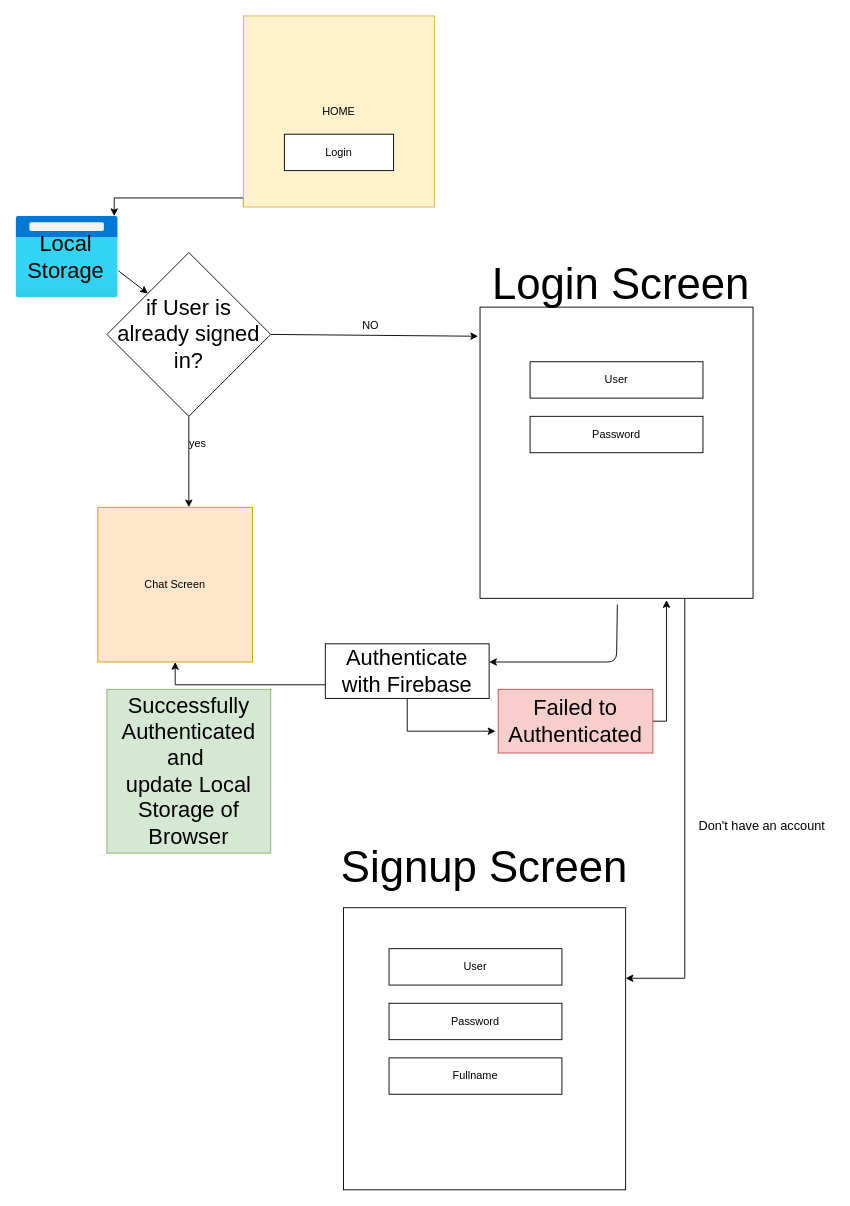
This is page "Flow Diagram" (5 of 5) of Some Important Files/Untitled Diagram.drawio from TechCodingCamp/Muhammad-Haris, a draw.io file, before an edit. Source tidied: cells renumbered, new cells numbered last; positions are measured from the earlier drawing's top-left corner, leaving out a move shared by most shapes. Both pictures are drawn from the tidied source at 91%, with x=0, y=0 at pixel (15, 15).
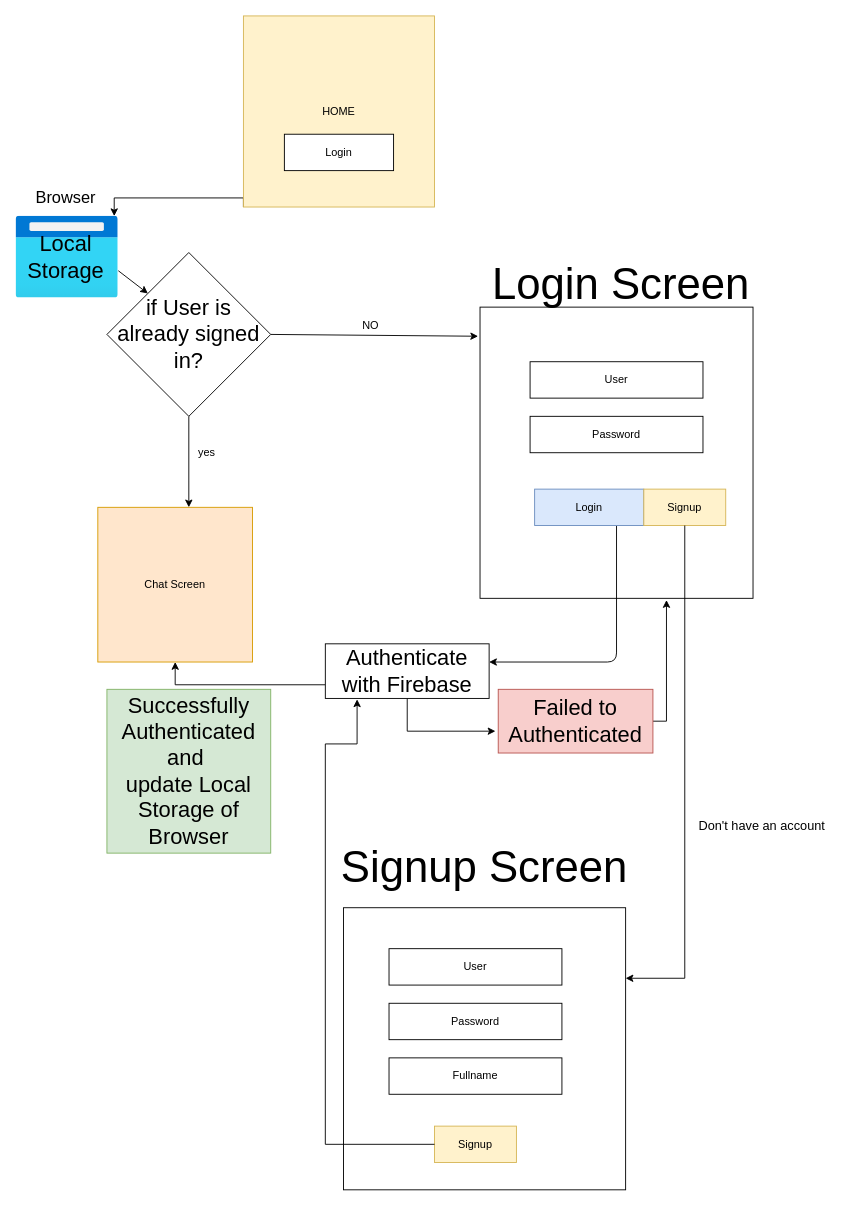
The same page after the edit.

The change refers to these unchanged cells:
```xml
<mxCell id="7" style="rounded=0;whiteSpace=wrap;html=1;" parent="1" vertex="1">
  <mxGeometry x="510" y="320" width="300" height="320" as="geometry" />
</mxCell>
<mxCell id="14" value="&lt;font style=&quot;font-size: 24px&quot;&gt;Authenticate with Firebase&lt;/font&gt;" style="rounded=0;whiteSpace=wrap;html=1;" parent="1" vertex="1">
  <mxGeometry x="340" y="690" width="180" height="60" as="geometry" />
</mxCell>
<mxCell id="20" style="rounded=0;whiteSpace=wrap;html=1;" parent="1" vertex="1">
  <mxGeometry x="360" y="980" width="310" height="310" as="geometry" />
</mxCell>
```

Change to the diagram source:
```diff
@@
-    <mxCell id="6" style="edgeStyle=orthogonalEdgeStyle;rounded=0;jettySize=auto;html=1;exitX=0.75;exitY=1;exitDx=0;exitDy=0;entryX=1;entryY=0.25;entryDx=0;entryDy=0;" parent="1" edge="1" source="7" target="20">
-      <mxGeometry relative="1" as="geometry" />
-    </mxCell>
@@
-    <mxCell id="11" style="endArrow=classic;html=1;exitX=0.503;exitY=1.022;exitDx=0;exitDy=0;exitPerimeter=0;" parent="1" edge="1" source="7">
+    <mxCell id="11" style="endArrow=classic;html=1;exitX=0.75;exitY=1;exitDx=0;exitDy=0;" parent="1" edge="1" source="32">
       <mxGeometry relative="1" as="geometry">
         <mxPoint x="520" y="710" as="targetPoint" />
         <Array as="points">
           <mxPoint x="660" y="710" />
         </Array>
       </mxGeometry>
     </mxCell>
@@
-    <mxCell id="16" value="yes" style="text;html=1;strokeColor=none;fillColor=none;align=center;verticalAlign=middle;whiteSpace=wrap;rounded=0;" parent="1" vertex="1">
-      <mxGeometry x="170" y="450" width="60" height="40" as="geometry" />
+    <mxCell id="16" value="&lt;font style=&quot;font-size: 18px&quot;&gt;Browser&lt;/font&gt;" style="text;html=1;strokeColor=none;fillColor=none;align=center;verticalAlign=middle;whiteSpace=wrap;rounded=0;" parent="1" vertex="1">
+      <mxGeometry x="25" y="180" width="60" height="40" as="geometry" />
     </mxCell>
@@
+    <mxCell id="32" value="Login" style="rounded=0;whiteSpace=wrap;html=1;fillColor=#dae8fc;strokeColor=#6c8ebf;" parent="1" vertex="1">
+      <mxGeometry x="570" y="520" width="120" height="40" as="geometry" />
+    </mxCell>
+    <mxCell id="33" value="Signup" style="rounded=0;whiteSpace=wrap;html=1;fillColor=#fff2cc;strokeColor=#d6b656;" parent="1" vertex="1">
+      <mxGeometry x="690" y="520" width="90" height="40" as="geometry" />
+    </mxCell>
+    <mxCell id="6" style="edgeStyle=orthogonalEdgeStyle;rounded=0;jettySize=auto;html=1;exitX=0.5;exitY=1;exitDx=0;exitDy=0;entryX=1;entryY=0.25;entryDx=0;entryDy=0;" parent="1" edge="1" source="33" target="20">
+      <mxGeometry relative="1" as="geometry" />
+    </mxCell>
+    <mxCell id="34" value="Signup" style="rounded=0;whiteSpace=wrap;html=1;fillColor=#fff2cc;strokeColor=#d6b656;" parent="1" vertex="1">
+      <mxGeometry x="460" y="1220" width="90" height="40" as="geometry" />
+    </mxCell>
+    <mxCell id="35" style="edgeStyle=orthogonalEdgeStyle;rounded=0;jettySize=auto;html=1;entryX=0.194;entryY=1.017;entryDx=0;entryDy=0;exitX=0;exitY=0.5;exitDx=0;exitDy=0;entryPerimeter=0;" parent="1" edge="1" source="34" target="14">
+      <mxGeometry relative="1" as="geometry">
+        <Array as="points">
+          <mxPoint x="340" y="1240" />
+          <mxPoint x="340" y="800" />
+          <mxPoint x="375" y="800" />
+        </Array>
+      </mxGeometry>
+    </mxCell>
+    <mxCell id="36" value="yes" style="text;html=1;strokeColor=none;fillColor=none;align=center;verticalAlign=middle;whiteSpace=wrap;rounded=0;" parent="1" vertex="1">
+      <mxGeometry x="180" y="460" width="60" height="40" as="geometry" />
+    </mxCell>
```
